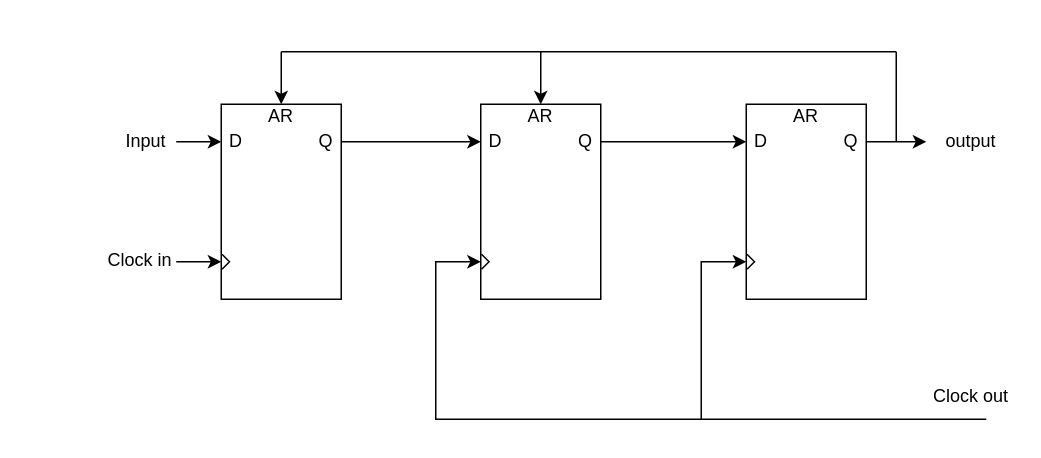
This is notes/diagrams/clock_synchronizer.drawio from nosloc/JATG_support_for_Gecko5Education, a draw.io file, before an edit. Source tidied: cells renumbered, new cells numbered last; positions are measured from the earlier drawing's top-left corner, leaving out a move shared by most shapes. Both pictures are drawn from the tidied source at 150%, with x=0, y=0 at pixel (94, 51).
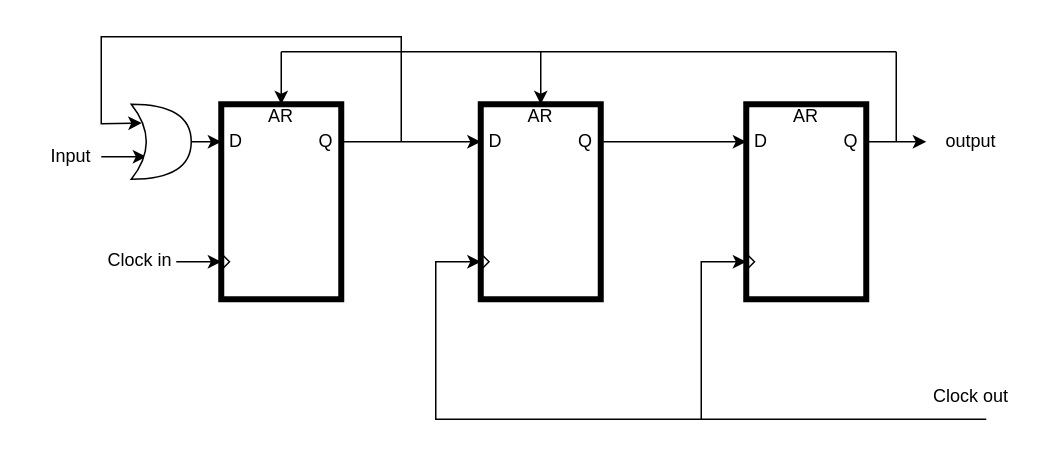
The same diagram, later.

The change refers to these unchanged cells:
```xml
<mxCell id="5" value="D" style="text;html=1;align=center;verticalAlign=middle;whiteSpace=wrap;rounded=0;" parent="1" vertex="1">
  <mxGeometry x="84" y="55" width="20" height="10" as="geometry" />
</mxCell>
```

Change to the diagram source:
```diff
@@
-    <mxCell id="2" style="rounded=0;whiteSpace=wrap;html=1;" parent="1" vertex="1">
+    <mxCell id="2" style="rounded=0;whiteSpace=wrap;html=1;strokeWidth=4;" parent="1" vertex="1">
       <mxGeometry x="84" y="35" width="80" height="130" as="geometry" />
     </mxCell>
@@
-    <mxCell id="4" style="edgeStyle=orthogonalEdgeStyle;rounded=0;jettySize=auto;html=1;exitX=0;exitY=0.5;exitDx=0;exitDy=0;endArrow=none;startFill=1;endFill=1;startArrow=classic;" parent="1" edge="1" source="5">
+    <mxCell id="4" style="edgeStyle=orthogonalEdgeStyle;rounded=0;orthogonalLoop=1;jettySize=auto;html=1;exitX=0;exitY=0.5;exitDx=0;exitDy=0;endArrow=none;startFill=1;endFill=1;startArrow=classic;" parent="1" edge="1">
       <mxGeometry relative="1" as="geometry">
-        <mxPoint x="54" y="60" as="targetPoint" />
+        <mxPoint x="34" y="70" as="sourcePoint" />
+        <mxPoint x="4" y="70" as="targetPoint" />
         <Array as="points">
-          <mxPoint x="54" y="60" />
+          <mxPoint x="4" y="70" />
         </Array>
       </mxGeometry>
     </mxCell>
@@
-    <mxCell id="11" style="rounded=0;whiteSpace=wrap;html=1;" parent="1" vertex="1">
+    <mxCell id="11" style="rounded=0;whiteSpace=wrap;html=1;strokeWidth=4;" parent="1" vertex="1">
       <mxGeometry x="257" y="35" width="80" height="130" as="geometry" />
     </mxCell>
@@
-    <mxCell id="19" style="rounded=0;whiteSpace=wrap;html=1;" parent="1" vertex="1">
+    <mxCell id="19" style="rounded=0;whiteSpace=wrap;html=1;strokeWidth=4;" parent="1" vertex="1">
       <mxGeometry x="434" y="35" width="80" height="130" as="geometry" />
     </mxCell>
@@
     <mxCell id="30" value="Input" style="text;html=1;align=center;verticalAlign=middle;whiteSpace=wrap;rounded=0;" parent="1" vertex="1">
-      <mxGeometry x="4" y="45" width="60" height="30" as="geometry" />
+      <mxGeometry x="-46" y="55" width="60" height="30" as="geometry" />
     </mxCell>
@@
+    <mxCell id="32" style="edgeStyle=orthogonalEdgeStyle;rounded=0;jettySize=auto;html=1;entryX=0;entryY=0.5;entryDx=0;entryDy=0;" parent="1" edge="1" source="33" target="5">
+      <mxGeometry relative="1" as="geometry" />
+    </mxCell>
+    <mxCell id="33" style="shape=xor;whiteSpace=wrap;html=1;" parent="1" vertex="1">
+      <mxGeometry x="24" y="35" width="40" height="50" as="geometry" />
+    </mxCell>
+    <mxCell id="34" style="endArrow=classic;html=1;rounded=0;entryX=0.175;entryY=0.25;entryDx=0;entryDy=0;entryPerimeter=0;" parent="1" edge="1" target="33">
+      <mxGeometry relative="1" as="geometry">
+        <mxPoint x="204" y="60" as="sourcePoint" />
+        <Array as="points">
+          <mxPoint x="204" y="-10" />
+          <mxPoint x="4" y="-10" />
+          <mxPoint x="4" y="48" />
+        </Array>
+      </mxGeometry>
+    </mxCell>
```
